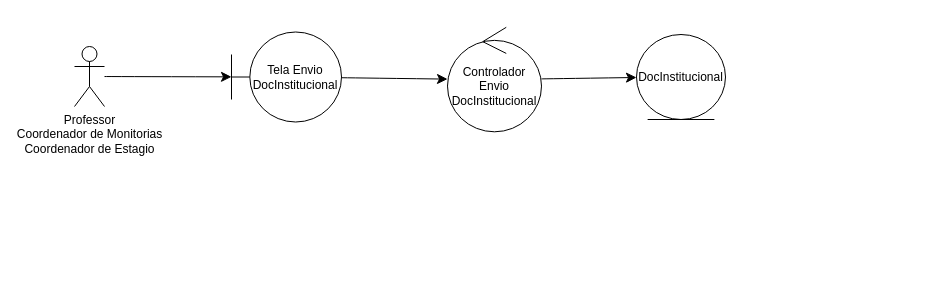
Before: Diagramas de Robustez/UC14.drawio in Blaaksing/APS-2025.1, a draw.io diagram. Source tidied: cells renumbered, new cells numbered last; positions are measured from the earlier drawing's top-left corner, leaving out a move shared by most shapes. Both pictures are drawn from the tidied source at 100%, with x=0, y=0 at pixel (74, 27).
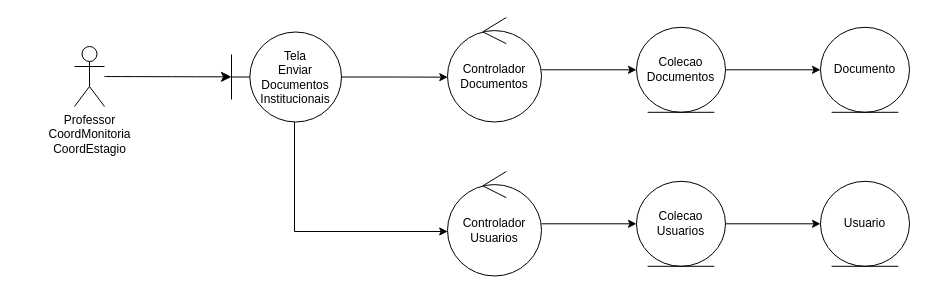
The same diagram, later.

Diff of the diagram source:
```diff
@@
 <mxGraphModel>
   <root>
     <mxCell id="0" />
     <mxCell id="1" parent="0" />
     <mxCell id="2" style="edgeStyle=none;curved=1;rounded=0;jettySize=auto;html=1;fontSize=12;startSize=8;endSize=8;" parent="1" edge="1" source="3" target="5">
       <mxGeometry relative="1" as="geometry" />
     </mxCell>
-    <mxCell id="3" value="Professor&lt;div&gt;Coordenador de Monitorias&lt;/div&gt;&lt;div&gt;Coordenador de Estagio&lt;/div&gt;" style="shape=umlActor;verticalLabelPosition=bottom;verticalAlign=top;html=1;outlineConnect=0;" parent="1" vertex="1">
+    <mxCell id="3" value="Professor&lt;div&gt;CoordMonitoria&lt;/div&gt;&lt;div&gt;CoordEstagio&lt;/div&gt;" style="shape=umlActor;verticalLabelPosition=bottom;verticalAlign=top;html=1;outlineConnect=0;" parent="1" vertex="1">
       <mxGeometry y="19" width="30" height="60" as="geometry" />
     </mxCell>
-    <mxCell id="4" style="edgeStyle=none;curved=1;rounded=0;jettySize=auto;html=1;fontSize=12;startSize=8;endSize=8;" parent="1" edge="1" source="5" target="8">
-      <mxGeometry relative="1" as="geometry" />
-    </mxCell>
-    <mxCell id="5" value="Tela Envio DocInstitucional" style="shape=umlBoundary;whiteSpace=wrap;html=1;" parent="1" vertex="1">
+    <mxCell id="5" value="Tela&lt;div&gt;Enviar&lt;div&gt;Documentos&lt;/div&gt;&lt;div&gt;Institucionais&lt;/div&gt;&lt;/div&gt;" style="shape=umlBoundary;whiteSpace=wrap;html=1;" parent="1" vertex="1">
       <mxGeometry x="157" y="4.5" width="110" height="90" as="geometry" />
     </mxCell>
+    <mxCell id="9" style="edgeStyle=orthogonalEdgeStyle;rounded=0;jettySize=auto;html=1;exitX=1;exitY=0.5;exitDx=0;exitDy=0;entryX=0;entryY=0.5;entryDx=0;entryDy=0;" parent="1" edge="1" source="6" target="14">
+      <mxGeometry relative="1" as="geometry" />
+    </mxCell>
-    <mxCell id="6" value="DocInstitucional" style="ellipse;shape=umlEntity;whiteSpace=wrap;html=1;" parent="1" vertex="1">
-      <mxGeometry x="562" y="7" width="89" height="85" as="geometry" />
+    <mxCell id="6" value="Colecao&lt;div&gt;Documentos&lt;/div&gt;" style="ellipse;shape=umlEntity;whiteSpace=wrap;html=1;" parent="1" vertex="1">
+      <mxGeometry x="562" y="-0.2" width="89" height="85" as="geometry" />
     </mxCell>
-    <mxCell id="7" style="edgeStyle=none;curved=1;rounded=0;jettySize=auto;html=1;fontSize=12;startSize=8;endSize=8;" parent="1" edge="1" source="8" target="6">
+    <mxCell id="7" style="edgeStyle=orthogonalEdgeStyle;rounded=0;jettySize=auto;html=1;entryX=0;entryY=0.5;entryDx=0;entryDy=0;" parent="1" edge="1" source="8" target="6">
       <mxGeometry relative="1" as="geometry" />
     </mxCell>
-    <mxCell id="8" value="Controlador Envio DocInstitucional" style="ellipse;shape=umlControl;whiteSpace=wrap;html=1;" parent="1" vertex="1">
-      <mxGeometry x="373" y="-0.2" width="94" height="104.5" as="geometry" />
+    <mxCell id="8" value="Controlador&lt;div&gt;Documentos&lt;/div&gt;" style="ellipse;shape=umlControl;whiteSpace=wrap;html=1;" parent="1" vertex="1">
+      <mxGeometry x="373" y="-10" width="94" height="104.5" as="geometry" />
     </mxCell>
+    <mxCell id="10" style="edgeStyle=orthogonalEdgeStyle;rounded=0;jettySize=auto;html=1;entryX=0;entryY=0.5;entryDx=0;entryDy=0;" parent="1" edge="1" source="11" target="13">
+      <mxGeometry relative="1" as="geometry" />
+    </mxCell>
+    <mxCell id="11" value="Controlador&lt;div&gt;Usuarios&lt;/div&gt;" style="ellipse;shape=umlControl;whiteSpace=wrap;html=1;" parent="1" vertex="1">
+      <mxGeometry x="373" y="144" width="94" height="104.5" as="geometry" />
+    </mxCell>
+    <mxCell id="12" style="edgeStyle=orthogonalEdgeStyle;rounded=0;jettySize=auto;html=1;exitX=1;exitY=0.5;exitDx=0;exitDy=0;entryX=0;entryY=0.5;entryDx=0;entryDy=0;" parent="1" edge="1" source="13" target="15">
+      <mxGeometry relative="1" as="geometry" />
+    </mxCell>
+    <mxCell id="13" value="Colecao&lt;div&gt;Usuarios&lt;/div&gt;" style="ellipse;shape=umlEntity;whiteSpace=wrap;html=1;" parent="1" vertex="1">
+      <mxGeometry x="562" y="153.8" width="89" height="85" as="geometry" />
+    </mxCell>
+    <mxCell id="14" value="Documento" style="ellipse;shape=umlEntity;whiteSpace=wrap;html=1;" parent="1" vertex="1">
+      <mxGeometry x="746" y="-0.2" width="89" height="85" as="geometry" />
+    </mxCell>
+    <mxCell id="15" value="Usuario" style="ellipse;shape=umlEntity;whiteSpace=wrap;html=1;" parent="1" vertex="1">
+      <mxGeometry x="746" y="153.8" width="89" height="85" as="geometry" />
+    </mxCell>
+    <mxCell id="4" style="edgeStyle=orthogonalEdgeStyle;rounded=0;jettySize=auto;html=1;entryX=0.003;entryY=0.571;entryDx=0;entryDy=0;entryPerimeter=0;" parent="1" edge="1" source="5" target="8">
+      <mxGeometry relative="1" as="geometry" />
+    </mxCell>
+    <mxCell id="16" style="edgeStyle=orthogonalEdgeStyle;rounded=0;jettySize=auto;html=1;entryX=0.002;entryY=0.574;entryDx=0;entryDy=0;entryPerimeter=0;" parent="1" edge="1" source="5" target="11">
+      <mxGeometry relative="1" as="geometry">
+        <Array as="points">
+          <mxPoint x="220" y="204" />
+        </Array>
+      </mxGeometry>
+    </mxCell>
   </root>
 </mxGraphModel>
```
